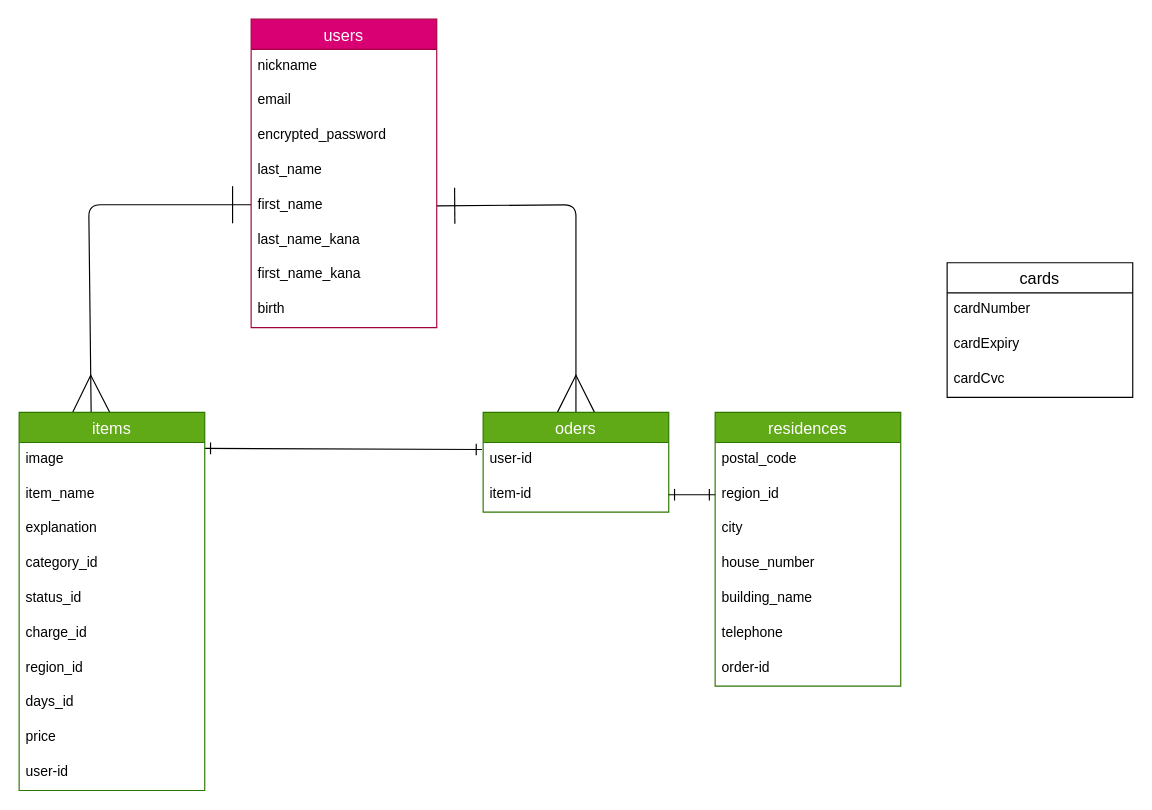
The draw.io diagram test.drawio in umeeee0325/furima-40270, before the edit. Source tidied: cells renumbered, new cells numbered last; positions are measured from the earlier drawing's top-left corner, leaving out a move shared by most shapes. Both pictures are drawn from the tidied source at 116%, with x=0, y=0 at pixel (19, 19).
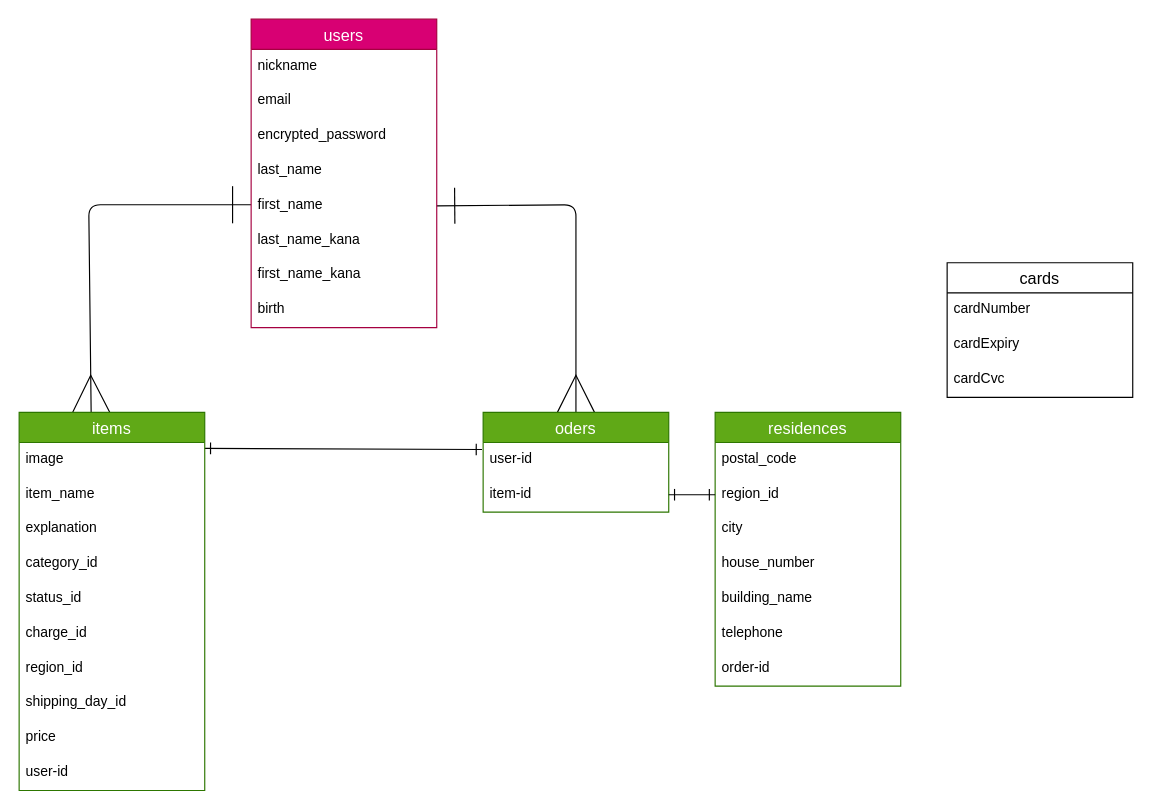
The same page after the edit.

Commit message (it also covers changes not shown here):
データベース設計修正③

Unchanged cells that the change refers to:
```xml
<mxCell id="14" value="items" style="swimlane;fontStyle=0;horizontal=1;startSize=26;align=center;fontSize=14;fillColor=#60a917;fontColor=#ffffff;strokeColor=#2D7600;" parent="1" vertex="1">
  <mxGeometry y="339" width="160" height="326" as="geometry" />
</mxCell>
```

Diff of the diagram source:
```diff
@@
-    <mxCell id="22" value="days_id" style="text;strokeColor=none;fillColor=none;spacingLeft=4;spacingRight=4;overflow=hidden;fontSize=12;" parent="14" vertex="1">
+    <mxCell id="22" value="shipping_day_id" style="text;strokeColor=none;fillColor=none;spacingLeft=4;spacingRight=4;overflow=hidden;fontSize=12;" parent="14" vertex="1">
       <mxGeometry y="236" width="160" height="30" as="geometry" />
     </mxCell>
```
